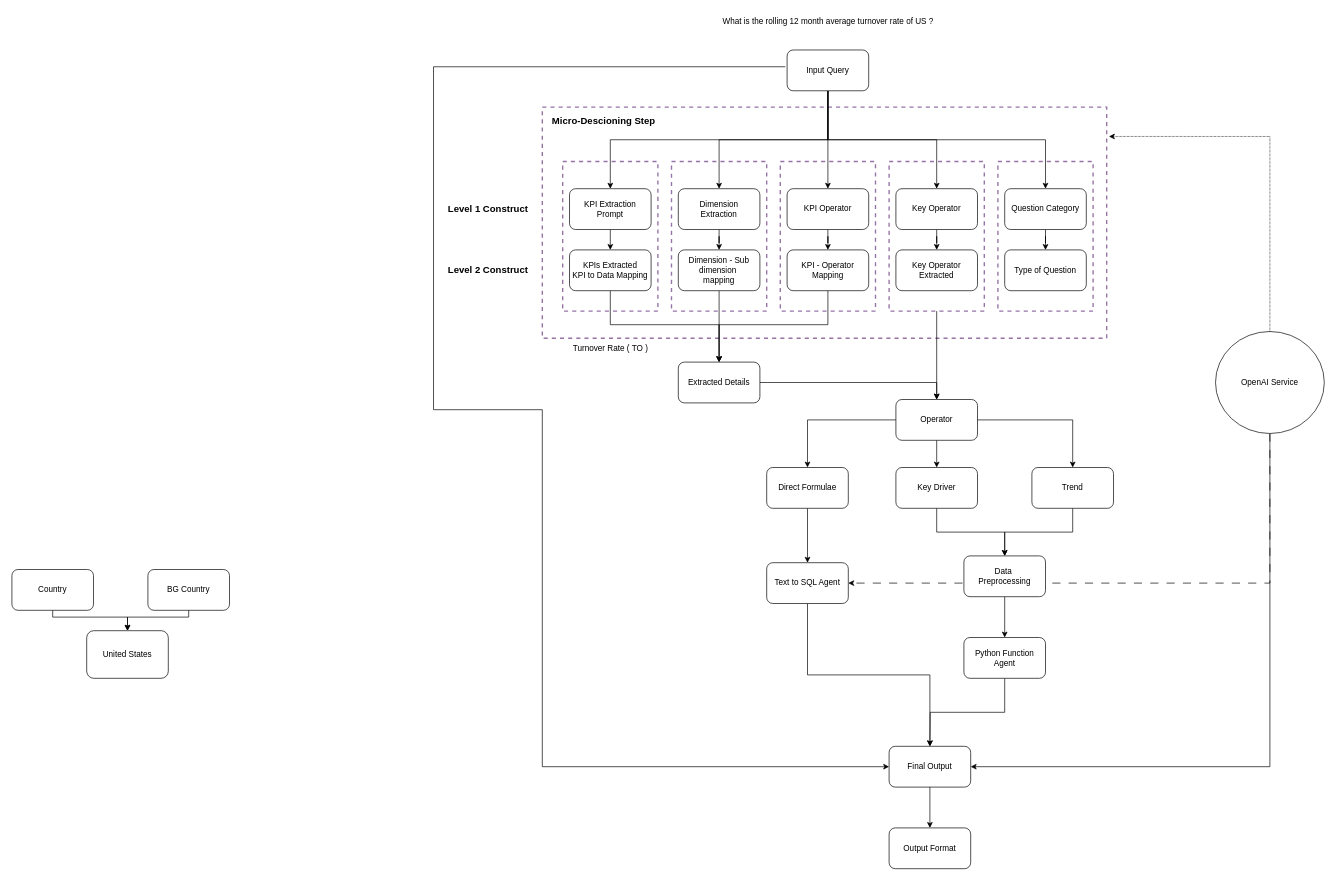
Earlier version of the draw.io diagram page "Complete" (1 of 7) of Flow 1 - Complete workflow.drawio (NeyoxDrago/Flow-Diagrams). Source tidied: cells renumbered, new cells numbered last; positions are measured from the earlier drawing's top-left corner, leaving out a move shared by most shapes. Both pictures are drawn from the tidied source at 68%, with x=0, y=0 at pixel (12, 12).
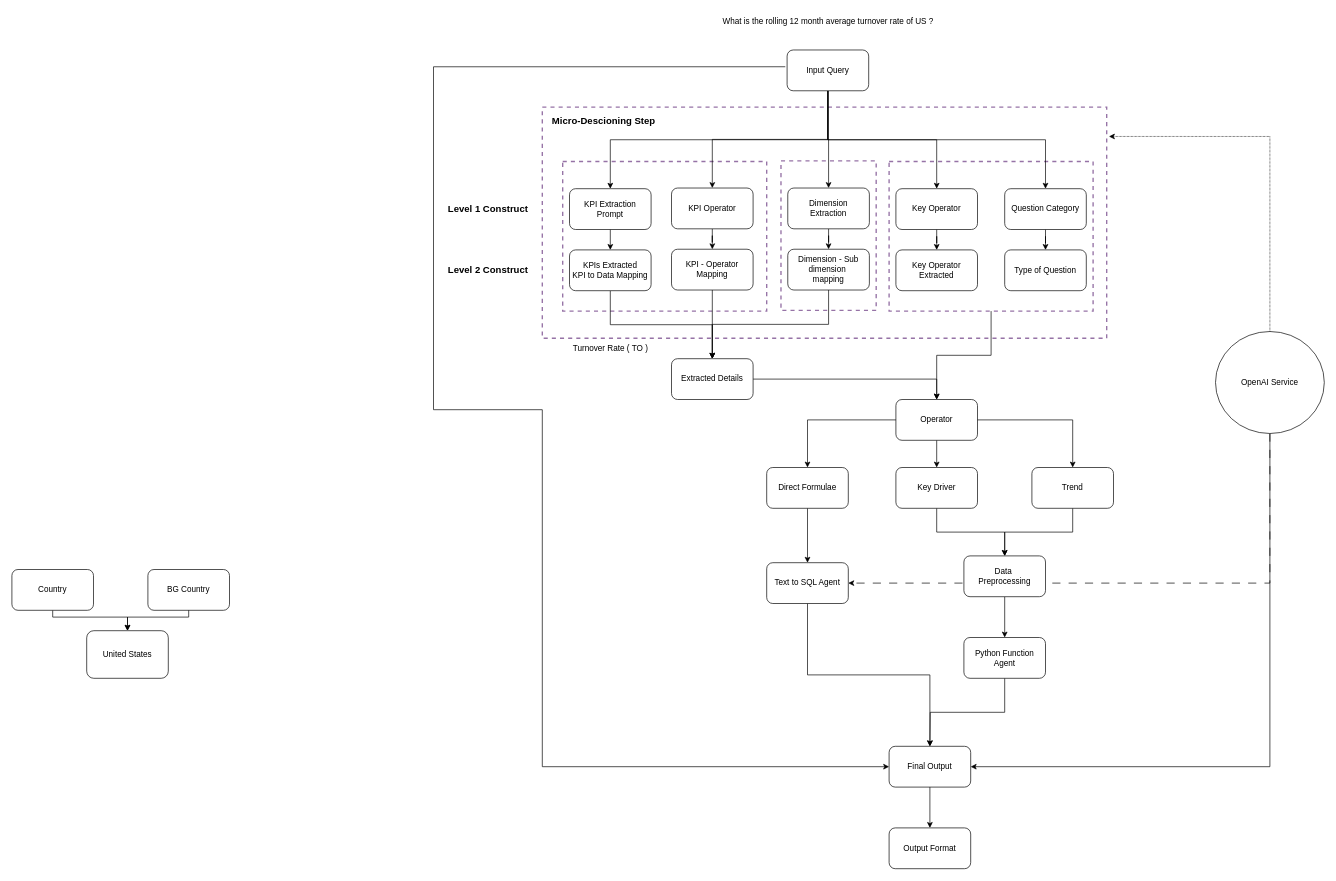
The same page after the edit.

The change refers to these unchanged cells:
```xml
<mxCell id="28" value="KPIs Extracted&lt;br&gt;KPI to Data Mapping" style="rounded=1;whiteSpace=wrap;html=1;strokeColor=default;shadow=0;strokeWidth=1;" parent="1" vertex="1">
  <mxGeometry x="820" y="350" width="120" height="60" as="geometry" />
</mxCell>
```

The edit, as a diff of the source:
```diff
@@
     <mxCell id="4" style="verticalLabelPosition=bottom;verticalAlign=top;html=1;shape=mxgraph.basic.rect;fillColor2=none;strokeWidth=2;size=20;indent=5;fillColor=none;strokeColor=#9673a6;dashed=1;perimeterSpacing=0;shadow=0;" parent="1" vertex="1">
-      <mxGeometry x="810" y="220" width="140" height="220" as="geometry" />
+      <mxGeometry x="810" y="220" width="300" height="220" as="geometry" />
     </mxCell>
     <mxCell id="5" style="verticalLabelPosition=bottom;verticalAlign=top;html=1;shape=mxgraph.basic.rect;fillColor2=none;strokeWidth=2;size=20;indent=6.67;fillColor=none;strokeColor=#9673a6;dashed=1;perimeterSpacing=0;shadow=0;" parent="1" vertex="1">
-      <mxGeometry x="970" y="220" width="140" height="220" as="geometry" />
+      <mxGeometry x="1131" y="219" width="140" height="220" as="geometry" />
     </mxCell>
-    <mxCell id="6" style="verticalLabelPosition=bottom;verticalAlign=top;html=1;shape=mxgraph.basic.rect;fillColor2=none;strokeWidth=2;size=20;indent=6.67;fillColor=none;strokeColor=#9673a6;dashed=1;perimeterSpacing=0;shadow=0;" parent="1" vertex="1">
-      <mxGeometry x="1130" y="220" width="140" height="220" as="geometry" />
-    </mxCell>
@@
     <mxCell id="8" style="verticalLabelPosition=bottom;verticalAlign=top;html=1;shape=mxgraph.basic.rect;fillColor2=none;strokeWidth=2;size=20;indent=6.67;fillColor=none;strokeColor=#9673a6;dashed=1;perimeterSpacing=0;shadow=0;" parent="1" vertex="1">
-      <mxGeometry x="1290" y="220" width="140" height="220" as="geometry" />
+      <mxGeometry x="1290" y="220" width="300" height="220" as="geometry" />
     </mxCell>
-    <mxCell id="9" style="verticalLabelPosition=bottom;verticalAlign=top;html=1;shape=mxgraph.basic.rect;fillColor2=none;strokeWidth=2;size=20;indent=6.67;fillColor=none;strokeColor=#9673a6;dashed=1;perimeterSpacing=0;shadow=0;" parent="1" vertex="1">
-      <mxGeometry x="1450" y="220" width="140" height="220" as="geometry" />
-    </mxCell>
@@
     <mxCell id="20" value="Dimension&lt;br&gt;Extraction" style="rounded=1;whiteSpace=wrap;html=1;strokeColor=default;shadow=0;strokeWidth=1;" parent="1" vertex="1">
-      <mxGeometry x="980" y="260" width="120" height="60" as="geometry" />
+      <mxGeometry x="1141" y="259" width="120" height="60" as="geometry" />
     </mxCell>
@@
     <mxCell id="22" value="KPI Operator" style="rounded=1;whiteSpace=wrap;html=1;strokeColor=default;shadow=0;strokeWidth=1;" parent="1" vertex="1">
-      <mxGeometry x="1140" y="260" width="120" height="60" as="geometry" />
+      <mxGeometry x="970" y="259" width="120" height="60" as="geometry" />
     </mxCell>
@@
-    <mxCell id="27" style="edgeStyle=orthogonalEdgeStyle;rounded=0;jettySize=auto;html=1;entryX=0.5;entryY=0;entryDx=0;entryDy=0;" parent="1" edge="1" source="28" target="36">
-      <mxGeometry relative="1" as="geometry">
-        <Array as="points">
-          <mxPoint x="880" y="460" />
-          <mxPoint x="1040" y="460" />
-        </Array>
-      </mxGeometry>
+    <mxCell id="27" style="edgeStyle=orthogonalEdgeStyle;rounded=0;jettySize=auto;html=1;exitX=0.5;exitY=1;exitDx=0;exitDy=0;entryX=0.5;entryY=0;entryDx=0;entryDy=0;" parent="1" edge="1" source="28" target="36">
+      <mxGeometry relative="1" as="geometry" />
     </mxCell>
@@
     <mxCell id="30" value="Dimension - Sub dimension&amp;nbsp;&lt;div&gt;mapping&lt;/div&gt;" style="rounded=1;whiteSpace=wrap;html=1;strokeColor=default;shadow=0;strokeWidth=1;" parent="1" vertex="1">
-      <mxGeometry x="980" y="350" width="120" height="60" as="geometry" />
+      <mxGeometry x="1141" y="349" width="120" height="60" as="geometry" />
     </mxCell>
     <mxCell id="31" style="edgeStyle=orthogonalEdgeStyle;rounded=0;jettySize=auto;html=1;exitX=0.5;exitY=1;exitDx=0;exitDy=0;entryX=0.5;entryY=0;entryDx=0;entryDy=0;" parent="1" edge="1" source="32" target="36">
-      <mxGeometry relative="1" as="geometry">
-        <Array as="points">
-          <mxPoint x="1200" y="460" />
-          <mxPoint x="1040" y="460" />
-        </Array>
-      </mxGeometry>
+      <mxGeometry relative="1" as="geometry" />
     </mxCell>
     <mxCell id="32" value="&lt;div&gt;KPI - Operator Mapping&lt;/div&gt;" style="rounded=1;whiteSpace=wrap;html=1;strokeColor=default;shadow=0;strokeWidth=1;" parent="1" vertex="1">
-      <mxGeometry x="1140" y="350" width="120" height="60" as="geometry" />
+      <mxGeometry x="970" y="349" width="120" height="60" as="geometry" />
     </mxCell>
@@
     <mxCell id="36" value="Extracted Details" style="rounded=1;whiteSpace=wrap;html=1;" parent="1" vertex="1">
-      <mxGeometry x="980" y="515" width="120" height="60" as="geometry" />
+      <mxGeometry x="970" y="510" width="120" height="60" as="geometry" />
     </mxCell>
```
